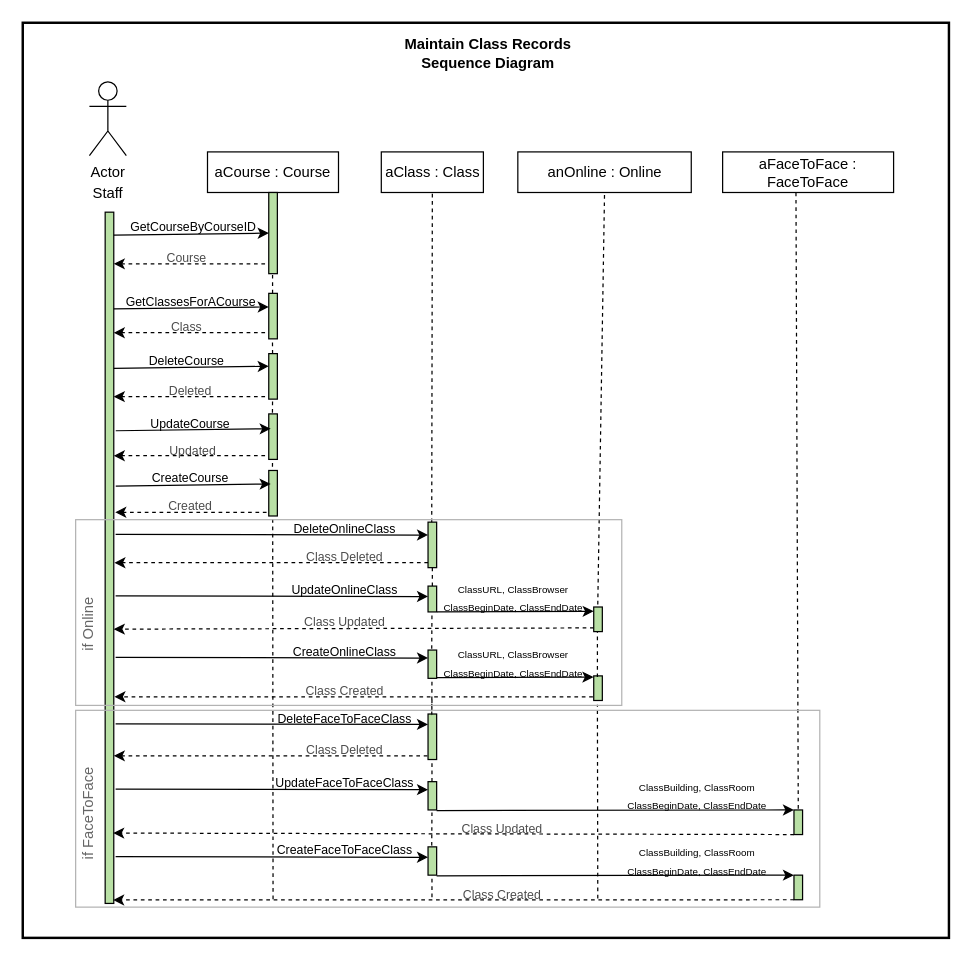
This is Copy2 of Discussion-5.drawio from kincaidtk901/Workspace, a draw.io file, before an edit. Source tidied: cells renumbered, new cells numbered last; positions are measured from the earlier drawing's top-left corner, leaving out a move shared by most shapes. Both pictures are drawn from the tidied source at 123%, with x=0, y=0 at pixel (22, 22).
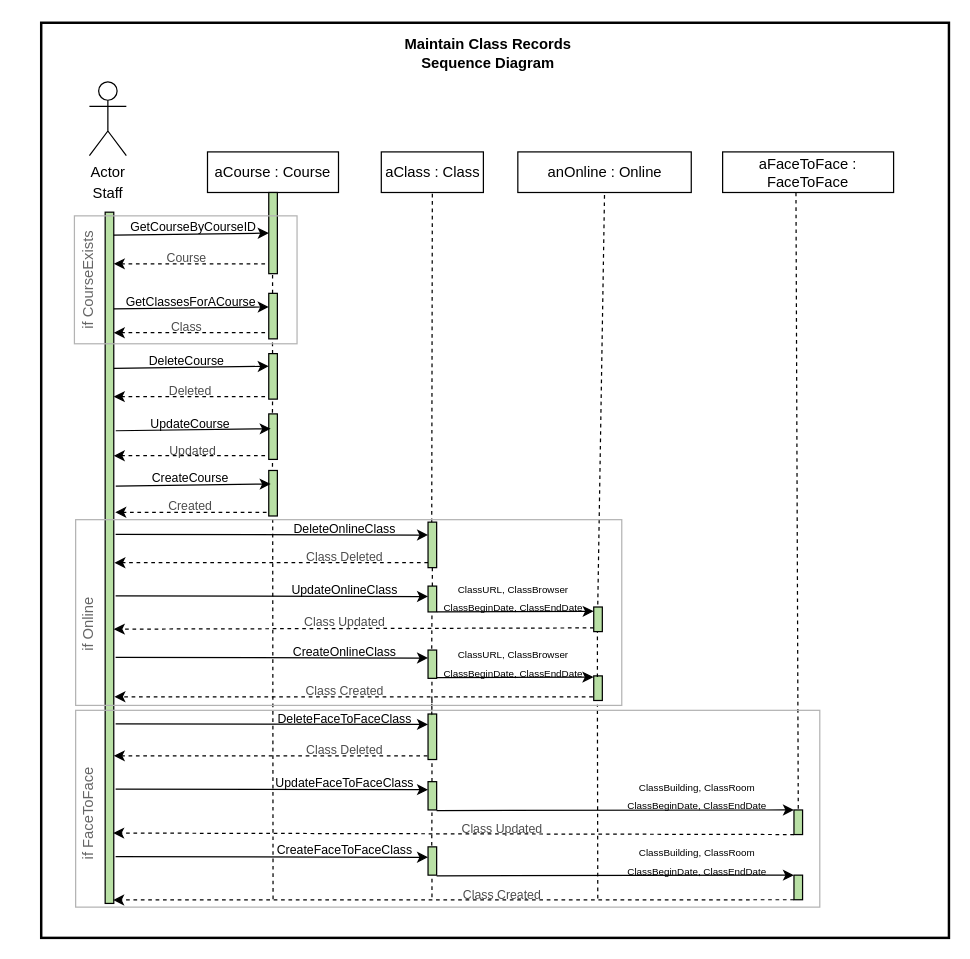
Above is the later version.

The edit, as a diff of the source:
```diff
@@
     <mxCell id="94" style="rounded=0;whiteSpace=wrap;html=1;fillColor=none;strokeWidth=2;" parent="1" vertex="1">
-      <mxGeometry width="753" height="744" as="geometry" />
+      <mxGeometry x="15" width="738" height="744" as="geometry" />
     </mxCell>
@@
+    <mxCell id="98" style="rounded=0;whiteSpace=wrap;html=1;fillColor=none;fontColor=#CCCCCC;strokeColor=#B3B3B3;" parent="1" vertex="1">
+      <mxGeometry x="42" y="157" width="181" height="104" as="geometry" />
+    </mxCell>
+    <mxCell id="99" value="if CourseExists" style="text;html=1;strokeColor=none;fillColor=none;align=center;verticalAlign=middle;whiteSpace=wrap;rounded=0;rotation=270;fontColor=#666666;" parent="1" vertex="1">
+      <mxGeometry x="7.4" y="199" width="92.8" height="20" as="geometry" />
+    </mxCell>
```
